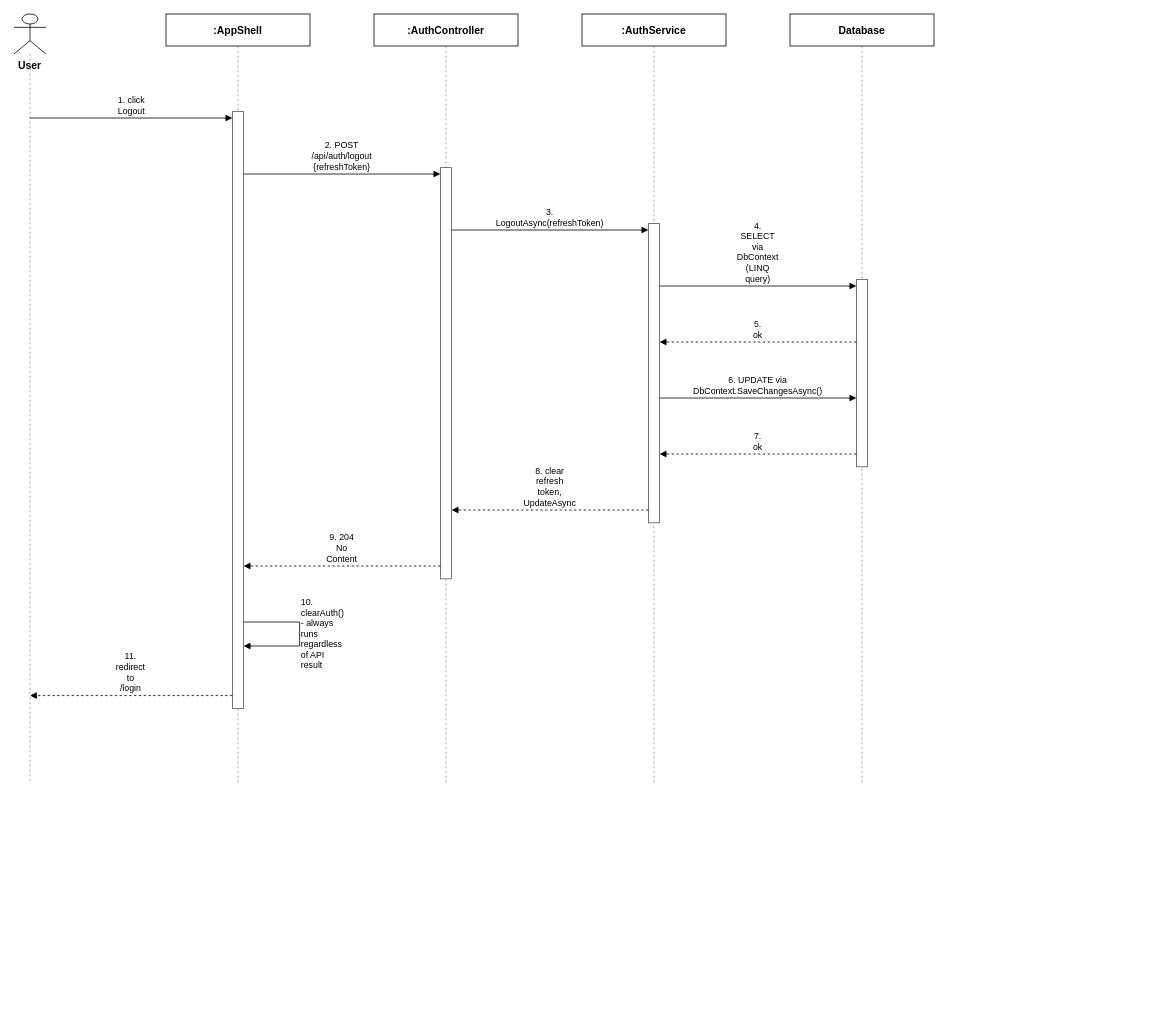
Earlier version of the draw.io diagram docs/qa/Hien_SequenceDiagram/Report4_SequenceDiagram_Logout.drawio (tulklk/AI_Interview_Question_Generation_RAG_LLM_FE). Source tidied: cells renumbered, new cells numbered last; positions are measured from the earlier drawing's top-left corner, leaving out a move shared by most shapes. Both pictures are drawn from the tidied source at 80%, with x=0, y=0 at pixel (14, 14).
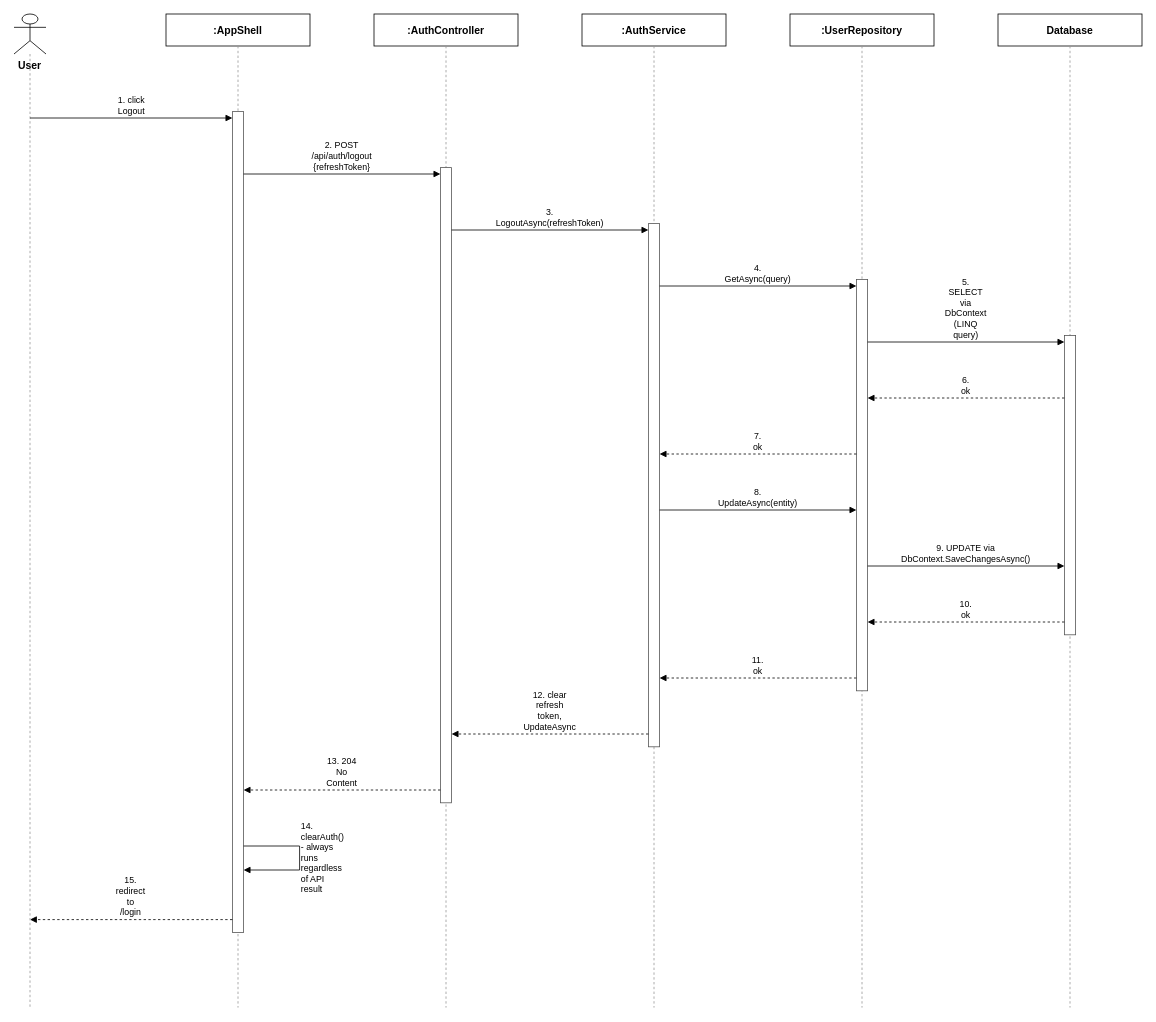
The same diagram, later.

Diff of the diagram source:
```diff
@@
     <mxCell id="3" style="endArrow=none;dashed=1;html=1;strokeColor=#999999;" parent="1" edge="1">
       <mxGeometry relative="1" as="geometry">
         <mxPoint x="20" y="50" as="sourcePoint" />
-        <mxPoint x="20" y="962" as="targetPoint" />
+        <mxPoint x="20" y="1242" as="targetPoint" />
       </mxGeometry>
     </mxCell>
@@
     <mxCell id="5" style="endArrow=none;dashed=1;html=1;strokeColor=#999999;" parent="1" edge="1">
       <mxGeometry relative="1" as="geometry">
         <mxPoint x="280" y="40" as="sourcePoint" />
-        <mxPoint x="280" y="962" as="targetPoint" />
+        <mxPoint x="280" y="1242" as="targetPoint" />
       </mxGeometry>
     </mxCell>
@@
     <mxCell id="7" style="endArrow=none;dashed=1;html=1;strokeColor=#999999;" parent="1" edge="1">
       <mxGeometry relative="1" as="geometry">
         <mxPoint x="540" y="40" as="sourcePoint" />
-        <mxPoint x="540" y="962" as="targetPoint" />
+        <mxPoint x="540" y="1242" as="targetPoint" />
       </mxGeometry>
     </mxCell>
@@
     <mxCell id="9" style="endArrow=none;dashed=1;html=1;strokeColor=#999999;" parent="1" edge="1">
       <mxGeometry relative="1" as="geometry">
         <mxPoint x="800" y="40" as="sourcePoint" />
-        <mxPoint x="800" y="962" as="targetPoint" />
+        <mxPoint x="800" y="1242" as="targetPoint" />
       </mxGeometry>
     </mxCell>
-    <mxCell id="10" value="Database" style="rounded=0;whiteSpace=wrap;html=1;fontSize=13;fillColor=#ffffff;strokeColor=#000000;fontStyle=1;" parent="1" vertex="1">
+    <mxCell id="10" value=":UserRepository" style="rounded=0;whiteSpace=wrap;html=1;fontSize=13;fillColor=#ffffff;strokeColor=#000000;fontStyle=1;" parent="1" vertex="1">
       <mxGeometry x="970" width="180" height="40" as="geometry" />
     </mxCell>
     <mxCell id="11" style="endArrow=none;dashed=1;html=1;strokeColor=#999999;" parent="1" edge="1">
       <mxGeometry relative="1" as="geometry">
         <mxPoint x="1060" y="40" as="sourcePoint" />
-        <mxPoint x="1060" y="962" as="targetPoint" />
+        <mxPoint x="1060" y="1242" as="targetPoint" />
       </mxGeometry>
     </mxCell>
-    <mxCell id="12" style="rounded=0;whiteSpace=wrap;html=1;fillColor=#ffffff;strokeColor=#555555;" parent="1" vertex="1">
-      <mxGeometry x="273" y="122" width="14" height="746" as="geometry" />
+    <mxCell id="12" value="Database" style="rounded=0;whiteSpace=wrap;html=1;fontSize=13;fillColor=#ffffff;strokeColor=#000000;fontStyle=1;" parent="1" vertex="1">
+      <mxGeometry x="1230" width="180" height="40" as="geometry" />
     </mxCell>
-    <mxCell id="13" style="rounded=0;whiteSpace=wrap;html=1;fillColor=#ffffff;strokeColor=#555555;" parent="1" vertex="1">
-      <mxGeometry x="533" y="192" width="14" height="514" as="geometry" />
+    <mxCell id="13" style="endArrow=none;dashed=1;html=1;strokeColor=#999999;" parent="1" edge="1">
+      <mxGeometry relative="1" as="geometry">
+        <mxPoint x="1320" y="40" as="sourcePoint" />
+        <mxPoint x="1320" y="1242" as="targetPoint" />
+      </mxGeometry>
     </mxCell>
     <mxCell id="14" style="rounded=0;whiteSpace=wrap;html=1;fillColor=#ffffff;strokeColor=#555555;" parent="1" vertex="1">
-      <mxGeometry x="793" y="262" width="14" height="374" as="geometry" />
+      <mxGeometry x="273" y="122" width="14" height="1026" as="geometry" />
     </mxCell>
     <mxCell id="15" style="rounded=0;whiteSpace=wrap;html=1;fillColor=#ffffff;strokeColor=#555555;" parent="1" vertex="1">
-      <mxGeometry x="1053" y="332" width="14" height="234" as="geometry" />
+      <mxGeometry x="533" y="192" width="14" height="794" as="geometry" />
     </mxCell>
-    <mxCell id="16" value="1. click Logout" style="endArrow=block;endFill=1;html=1;whiteSpace=wrap;fontSize=11;align=center;verticalAlign=bottom;labelBackgroundColor=#ffffff;strokeColor=#000000;" parent="1" edge="1">
-      <mxGeometry relative="1" as="geometry">
-        <mxPoint x="20" y="130" as="sourcePoint" />
-        <mxPoint x="273" y="130" as="targetPoint" />
-      </mxGeometry>
+    <mxCell id="16" style="rounded=0;whiteSpace=wrap;html=1;fillColor=#ffffff;strokeColor=#555555;" parent="1" vertex="1">
+      <mxGeometry x="793" y="262" width="14" height="654" as="geometry" />
     </mxCell>
-    <mxCell id="17" value="2. POST /api/auth/logout {refreshToken}" style="endArrow=block;endFill=1;html=1;whiteSpace=wrap;fontSize=11;align=center;verticalAlign=bottom;labelBackgroundColor=#ffffff;strokeColor=#000000;" parent="1" edge="1">
-      <mxGeometry relative="1" as="geometry">
-        <mxPoint x="287" y="200" as="sourcePoint" />
-        <mxPoint x="533" y="200" as="targetPoint" />
-      </mxGeometry>
+    <mxCell id="17" style="rounded=0;whiteSpace=wrap;html=1;fillColor=#ffffff;strokeColor=#555555;" parent="1" vertex="1">
+      <mxGeometry x="1053" y="332" width="14" height="514" as="geometry" />
     </mxCell>
-    <mxCell id="18" value="3. LogoutAsync(refreshToken)" style="endArrow=block;endFill=1;html=1;whiteSpace=wrap;fontSize=11;align=center;verticalAlign=bottom;labelBackgroundColor=#ffffff;strokeColor=#000000;" parent="1" edge="1">
-      <mxGeometry relative="1" as="geometry">
-        <mxPoint x="547" y="270" as="sourcePoint" />
-        <mxPoint x="793" y="270" as="targetPoint" />
-      </mxGeometry>
+    <mxCell id="18" style="rounded=0;whiteSpace=wrap;html=1;fillColor=#ffffff;strokeColor=#555555;" parent="1" vertex="1">
+      <mxGeometry x="1313" y="402" width="14" height="374" as="geometry" />
     </mxCell>
-    <mxCell id="19" value="4. SELECT via DbContext (LINQ query)" style="endArrow=block;endFill=1;html=1;whiteSpace=wrap;fontSize=11;align=center;verticalAlign=bottom;labelBackgroundColor=#ffffff;strokeColor=#000000;" parent="1" edge="1">
+    <mxCell id="19" value="1. click Logout" style="endArrow=block;endFill=1;html=1;whiteSpace=wrap;fontSize=11;align=center;verticalAlign=bottom;labelBackgroundColor=#ffffff;strokeColor=#000000;" parent="1" edge="1">
       <mxGeometry relative="1" as="geometry">
-        <mxPoint x="807" y="340" as="sourcePoint" />
-        <mxPoint x="1053" y="340" as="targetPoint" />
+        <mxPoint x="20" y="130" as="sourcePoint" />
+        <mxPoint x="273" y="130" as="targetPoint" />
       </mxGeometry>
     </mxCell>
-    <mxCell id="20" value="5. ok" style="endArrow=block;endFill=1;html=1;whiteSpace=wrap;dashed=1;fontSize=11;align=center;verticalAlign=bottom;labelBackgroundColor=#ffffff;strokeColor=#000000;" parent="1" edge="1">
+    <mxCell id="20" value="2. POST /api/auth/logout {refreshToken}" style="endArrow=block;endFill=1;html=1;whiteSpace=wrap;fontSize=11;align=center;verticalAlign=bottom;labelBackgroundColor=#ffffff;strokeColor=#000000;" parent="1" edge="1">
       <mxGeometry relative="1" as="geometry">
-        <mxPoint x="1053" y="410" as="sourcePoint" />
-        <mxPoint x="807" y="410" as="targetPoint" />
+        <mxPoint x="287" y="200" as="sourcePoint" />
+        <mxPoint x="533" y="200" as="targetPoint" />
       </mxGeometry>
     </mxCell>
-    <mxCell id="21" value="6. UPDATE via DbContext.SaveChangesAsync()" style="endArrow=block;endFill=1;html=1;whiteSpace=wrap;fontSize=11;align=center;verticalAlign=bottom;labelBackgroundColor=#ffffff;strokeColor=#000000;" parent="1" edge="1">
+    <mxCell id="21" value="3. LogoutAsync(refreshToken)" style="endArrow=block;endFill=1;html=1;whiteSpace=wrap;fontSize=11;align=center;verticalAlign=bottom;labelBackgroundColor=#ffffff;strokeColor=#000000;" parent="1" edge="1">
       <mxGeometry relative="1" as="geometry">
-        <mxPoint x="807" y="480" as="sourcePoint" />
-        <mxPoint x="1053" y="480" as="targetPoint" />
+        <mxPoint x="547" y="270" as="sourcePoint" />
+        <mxPoint x="793" y="270" as="targetPoint" />
       </mxGeometry>
     </mxCell>
-    <mxCell id="22" value="7. ok" style="endArrow=block;endFill=1;html=1;whiteSpace=wrap;dashed=1;fontSize=11;align=center;verticalAlign=bottom;labelBackgroundColor=#ffffff;strokeColor=#000000;" parent="1" edge="1">
+    <mxCell id="22" value="4. GetAsync(query)" style="endArrow=block;endFill=1;html=1;whiteSpace=wrap;fontSize=11;align=center;verticalAlign=bottom;labelBackgroundColor=#ffffff;strokeColor=#000000;" parent="1" edge="1">
       <mxGeometry relative="1" as="geometry">
-        <mxPoint x="1053" y="550" as="sourcePoint" />
-        <mxPoint x="807" y="550" as="targetPoint" />
+        <mxPoint x="807" y="340" as="sourcePoint" />
+        <mxPoint x="1053" y="340" as="targetPoint" />
       </mxGeometry>
     </mxCell>
-    <mxCell id="23" value="8. clear refresh token, UpdateAsync" style="endArrow=block;endFill=1;html=1;whiteSpace=wrap;dashed=1;fontSize=11;align=center;verticalAlign=bottom;labelBackgroundColor=#ffffff;strokeColor=#000000;" parent="1" edge="1">
+    <mxCell id="23" value="5. SELECT via DbContext (LINQ query)" style="endArrow=block;endFill=1;html=1;whiteSpace=wrap;fontSize=11;align=center;verticalAlign=bottom;labelBackgroundColor=#ffffff;strokeColor=#000000;" parent="1" edge="1">
       <mxGeometry relative="1" as="geometry">
-        <mxPoint x="793" y="620" as="sourcePoint" />
-        <mxPoint x="547" y="620" as="targetPoint" />
+        <mxPoint x="1067" y="410" as="sourcePoint" />
+        <mxPoint x="1313" y="410" as="targetPoint" />
       </mxGeometry>
     </mxCell>
-    <mxCell id="24" value="9. 204 No Content" style="endArrow=block;endFill=1;html=1;whiteSpace=wrap;dashed=1;fontSize=11;align=center;verticalAlign=bottom;labelBackgroundColor=#ffffff;strokeColor=#000000;" parent="1" edge="1">
+    <mxCell id="24" value="6. ok" style="endArrow=block;endFill=1;html=1;whiteSpace=wrap;dashed=1;fontSize=11;align=center;verticalAlign=bottom;labelBackgroundColor=#ffffff;strokeColor=#000000;" parent="1" edge="1">
       <mxGeometry relative="1" as="geometry">
-        <mxPoint x="533" y="690" as="sourcePoint" />
-        <mxPoint x="287" y="690" as="targetPoint" />
+        <mxPoint x="1313" y="480" as="sourcePoint" />
+        <mxPoint x="1067" y="480" as="targetPoint" />
       </mxGeometry>
     </mxCell>
-    <mxCell id="25" value="10. clearAuth() - always runs regardless of API&lt;br&gt;result" style="endArrow=block;endFill=1;html=1;whiteSpace=wrap;fontSize=11;align=left;verticalAlign=middle;labelBackgroundColor=#ffffff;rounded=0;strokeColor=#000000;" parent="1" edge="1">
+    <mxCell id="25" value="7. ok" style="endArrow=block;endFill=1;html=1;whiteSpace=wrap;dashed=1;fontSize=11;align=center;verticalAlign=bottom;labelBackgroundColor=#ffffff;strokeColor=#000000;" parent="1" edge="1">
       <mxGeometry relative="1" as="geometry">
-        <mxPoint x="287" y="760" as="sourcePoint" />
-        <mxPoint x="287" y="790" as="targetPoint" />
-        <Array as="points">
-          <mxPoint x="357" y="760" />
-          <mxPoint x="357" y="790" />
-        </Array>
+        <mxPoint x="1053" y="550" as="sourcePoint" />
+        <mxPoint x="807" y="550" as="targetPoint" />
       </mxGeometry>
     </mxCell>
-    <mxCell id="26" value="11. redirect to /login" style="endArrow=block;endFill=1;html=1;whiteSpace=wrap;dashed=1;fontSize=11;align=center;verticalAlign=bottom;labelBackgroundColor=#ffffff;strokeColor=#000000;" parent="1" edge="1">
+    <mxCell id="26" value="8. UpdateAsync(entity)" style="endArrow=block;endFill=1;html=1;whiteSpace=wrap;fontSize=11;align=center;verticalAlign=bottom;labelBackgroundColor=#ffffff;strokeColor=#000000;" parent="1" edge="1">
       <mxGeometry relative="1" as="geometry">
-        <mxPoint x="273" y="852" as="sourcePoint" />
-        <mxPoint x="20" y="852" as="targetPoint" />
+        <mxPoint x="807" y="620" as="sourcePoint" />
+        <mxPoint x="1053" y="620" as="targetPoint" />
       </mxGeometry>
     </mxCell>
+    <mxCell id="27" value="9. UPDATE via DbContext.SaveChangesAsync()" style="endArrow=block;endFill=1;html=1;whiteSpace=wrap;fontSize=11;align=center;verticalAlign=bottom;labelBackgroundColor=#ffffff;strokeColor=#000000;" parent="1" edge="1">
+      <mxGeometry relative="1" as="geometry">
+        <mxPoint x="1067" y="690" as="sourcePoint" />
+        <mxPoint x="1313" y="690" as="targetPoint" />
+      </mxGeometry>
+    </mxCell>
+    <mxCell id="28" value="10. ok" style="endArrow=block;endFill=1;html=1;whiteSpace=wrap;dashed=1;fontSize=11;align=center;verticalAlign=bottom;labelBackgroundColor=#ffffff;strokeColor=#000000;" parent="1" edge="1">
+      <mxGeometry relative="1" as="geometry">
+        <mxPoint x="1313" y="760" as="sourcePoint" />
+        <mxPoint x="1067" y="760" as="targetPoint" />
+      </mxGeometry>
+    </mxCell>
+    <mxCell id="29" value="11. ok" style="endArrow=block;endFill=1;html=1;whiteSpace=wrap;dashed=1;fontSize=11;align=center;verticalAlign=bottom;labelBackgroundColor=#ffffff;strokeColor=#000000;" parent="1" edge="1">
+      <mxGeometry relative="1" as="geometry">
+        <mxPoint x="1053" y="830" as="sourcePoint" />
+        <mxPoint x="807" y="830" as="targetPoint" />
+      </mxGeometry>
+    </mxCell>
+    <mxCell id="30" value="12. clear refresh token, UpdateAsync" style="endArrow=block;endFill=1;html=1;whiteSpace=wrap;dashed=1;fontSize=11;align=center;verticalAlign=bottom;labelBackgroundColor=#ffffff;strokeColor=#000000;" parent="1" edge="1">
+      <mxGeometry relative="1" as="geometry">
+        <mxPoint x="793" y="900" as="sourcePoint" />
+        <mxPoint x="547" y="900" as="targetPoint" />
+      </mxGeometry>
+    </mxCell>
+    <mxCell id="31" value="13. 204 No Content" style="endArrow=block;endFill=1;html=1;whiteSpace=wrap;dashed=1;fontSize=11;align=center;verticalAlign=bottom;labelBackgroundColor=#ffffff;strokeColor=#000000;" parent="1" edge="1">
+      <mxGeometry relative="1" as="geometry">
+        <mxPoint x="533" y="970" as="sourcePoint" />
+        <mxPoint x="287" y="970" as="targetPoint" />
+      </mxGeometry>
+    </mxCell>
+    <mxCell id="32" value="14. clearAuth() - always runs regardless of API&lt;br&gt;result" style="endArrow=block;endFill=1;html=1;whiteSpace=wrap;fontSize=11;align=left;verticalAlign=middle;labelBackgroundColor=#ffffff;rounded=0;strokeColor=#000000;" parent="1" edge="1">
+      <mxGeometry relative="1" as="geometry">
+        <mxPoint x="287" y="1040" as="sourcePoint" />
+        <mxPoint x="287" y="1070" as="targetPoint" />
+        <Array as="points">
+          <mxPoint x="357" y="1040" />
+          <mxPoint x="357" y="1070" />
+        </Array>
+      </mxGeometry>
+    </mxCell>
+    <mxCell id="33" value="15. redirect to /login" style="endArrow=block;endFill=1;html=1;whiteSpace=wrap;dashed=1;fontSize=11;align=center;verticalAlign=bottom;labelBackgroundColor=#ffffff;strokeColor=#000000;" parent="1" edge="1">
+      <mxGeometry relative="1" as="geometry">
+        <mxPoint x="273" y="1132" as="sourcePoint" />
+        <mxPoint x="20" y="1132" as="targetPoint" />
+      </mxGeometry>
+    </mxCell>
```
